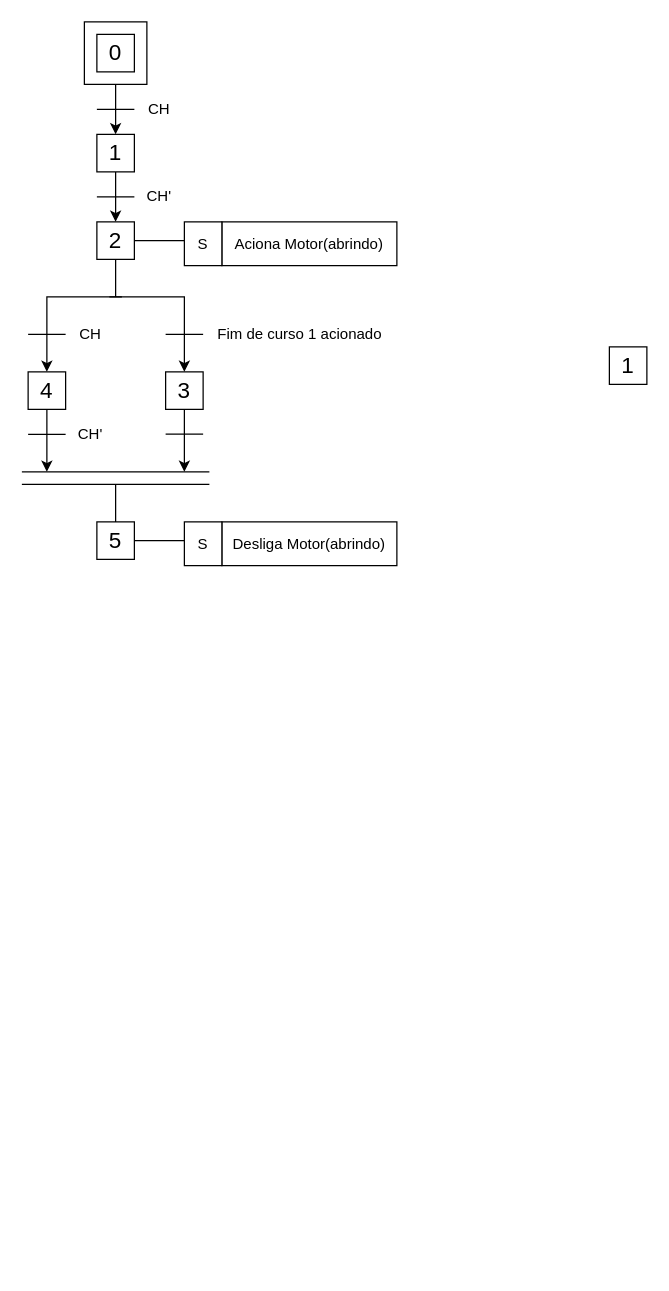
This is Experiência 1 - Portão Automático/Experimento1_CLP.drawio from pedroManuelP/Automa-o-Industrial, a draw.io file, before an edit. Source tidied: cells renumbered, new cells numbered last; positions are measured from the earlier drawing's top-left corner, leaving out a move shared by most shapes. Both pictures are drawn from the tidied source at 125%, with x=0, y=0 at pixel (21, 21).
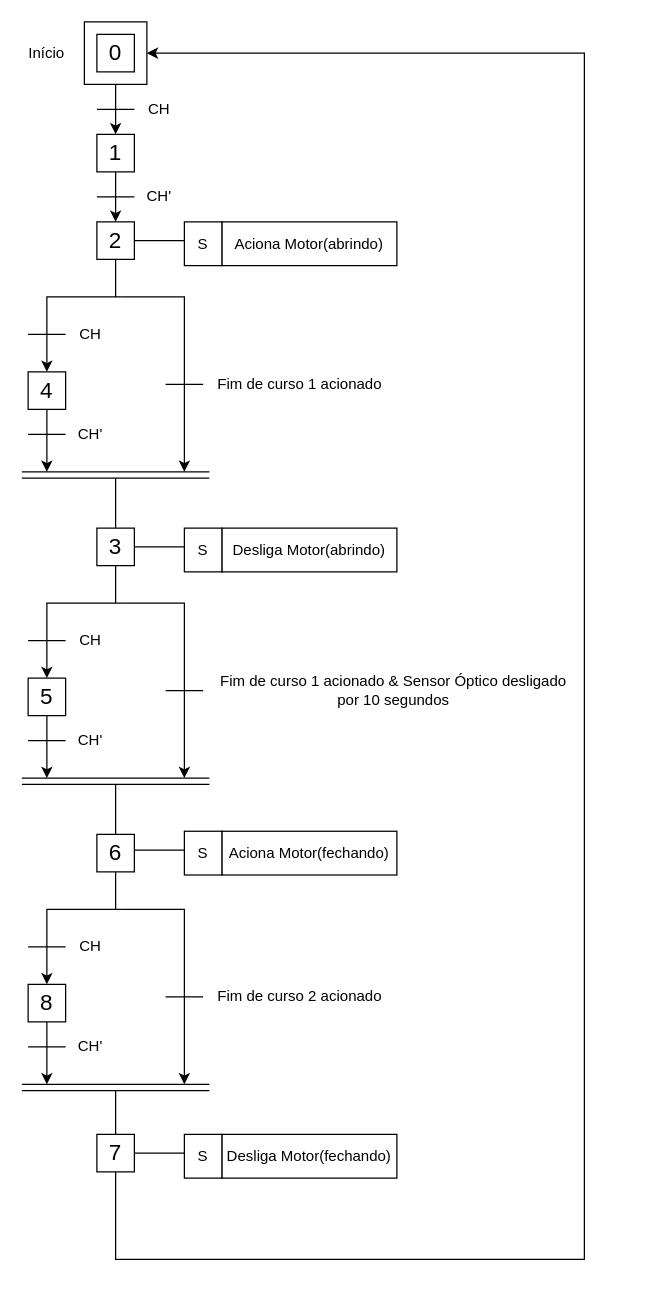
The same diagram, later.

The change refers to these unchanged cells:
```xml
<mxCell id="2" style="whiteSpace=wrap;html=1;" parent="1" vertex="1">
  <mxGeometry x="50" width="50" height="50" as="geometry" />
</mxCell>
```

The edit, as a diff of the source:
```diff
@@
-    <mxCell id="5" value="&lt;font style=&quot;font-size: 18px;&quot;&gt;1&lt;/font&gt;" style="whiteSpace=wrap;html=1;" parent="1" vertex="1">
-      <mxGeometry x="470" y="260" width="30" height="30" as="geometry" />
+    <mxCell id="5" value="&lt;font style=&quot;font-size: 18px;&quot;&gt;7&lt;/font&gt;" style="whiteSpace=wrap;html=1;" parent="1" vertex="1">
+      <mxGeometry x="60" y="890" width="30" height="30" as="geometry" />
     </mxCell>
@@
     <mxCell id="17" value="&lt;font style=&quot;font-size: 18px;&quot;&gt;3&lt;/font&gt;" style="whiteSpace=wrap;html=1;" parent="1" vertex="1">
-      <mxGeometry x="115" y="280" width="30" height="30" as="geometry" />
+      <mxGeometry x="60" y="405" width="30" height="30" as="geometry" />
     </mxCell>
@@
-    <mxCell id="19" style="endArrow=classic;html=1;rounded=0;entryX=0.5;entryY=0;entryDx=0;entryDy=0;" parent="1" edge="1" target="17">
-      <mxGeometry relative="1" as="geometry">
-        <mxPoint x="70" y="220" as="sourcePoint" />
-        <Array as="points">
-          <mxPoint x="130" y="220" />
-        </Array>
-      </mxGeometry>
-    </mxCell>
@@
     <mxCell id="21" style="endArrow=none;html=1;rounded=0;" parent="1" edge="1">
       <mxGeometry relative="1" as="geometry">
-        <mxPoint x="115" y="250" as="sourcePoint" />
-        <mxPoint x="145" y="250" as="targetPoint" />
+        <mxPoint x="115" y="290" as="sourcePoint" />
+        <mxPoint x="145" y="290" as="targetPoint" />
       </mxGeometry>
     </mxCell>
     <mxCell id="22" value="Fim de curso 1 acionado" style="text;html=1;align=center;verticalAlign=middle;whiteSpace=wrap;rounded=0;" parent="1" vertex="1">
-      <mxGeometry x="155" y="240" width="135" height="20" as="geometry" />
+      <mxGeometry x="155" y="280" width="135" height="20" as="geometry" />
     </mxCell>
@@
-    <mxCell id="25" value="&lt;font style=&quot;font-size: 18px;&quot;&gt;5&lt;/font&gt;" style="whiteSpace=wrap;html=1;" parent="1" vertex="1">
-      <mxGeometry x="60" y="400" width="30" height="30" as="geometry" />
-    </mxCell>
@@
-    <mxCell id="29" style="endArrow=classic;html=1;rounded=0;exitX=0.5;exitY=1;exitDx=0;exitDy=0;" parent="1" edge="1" source="17">
-      <mxGeometry relative="1" as="geometry">
-        <mxPoint x="130" y="360" as="targetPoint" />
-      </mxGeometry>
-    </mxCell>
-    <mxCell id="30" style="endArrow=none;html=1;rounded=0;exitX=0.5;exitY=0;exitDx=0;exitDy=0;" parent="1" edge="1" source="25">
-      <mxGeometry relative="1" as="geometry">
-        <mxPoint x="75" y="370" as="targetPoint" />
-      </mxGeometry>
-    </mxCell>
@@
-    <mxCell id="32" style="endArrow=none;html=1;rounded=0;" parent="1" edge="1">
-      <mxGeometry relative="1" as="geometry">
-        <mxPoint y="370" as="sourcePoint" />
-        <mxPoint x="150" y="370" as="targetPoint" />
-      </mxGeometry>
-    </mxCell>
-    <mxCell id="33" style="endArrow=none;html=1;rounded=0;" parent="1" edge="1">
-      <mxGeometry relative="1" as="geometry">
-        <mxPoint x="115" y="329.7" as="sourcePoint" />
-        <mxPoint x="145" y="329.7" as="targetPoint" />
-      </mxGeometry>
-    </mxCell>
     <mxCell id="34" style="endArrow=none;html=1;rounded=0;exitX=1;exitY=0.5;exitDx=0;exitDy=0;" parent="1" edge="1">
       <mxGeometry relative="1" as="geometry">
-        <mxPoint x="90" y="415" as="sourcePoint" />
-        <mxPoint x="130" y="415" as="targetPoint" />
+        <mxPoint x="90" y="420" as="sourcePoint" />
+        <mxPoint x="130" y="420" as="targetPoint" />
       </mxGeometry>
     </mxCell>
     <mxCell id="35" value="Desliga Motor(abrindo)" style="rounded=0;whiteSpace=wrap;html=1;" parent="1" vertex="1">
-      <mxGeometry x="160" y="400" width="140" height="35" as="geometry" />
+      <mxGeometry x="160" y="405" width="140" height="35" as="geometry" />
     </mxCell>
     <mxCell id="36" value="S" style="rounded=0;whiteSpace=wrap;html=1;" parent="1" vertex="1">
-      <mxGeometry x="130" y="400" width="30" height="35" as="geometry" />
+      <mxGeometry x="130" y="405" width="30" height="35" as="geometry" />
     </mxCell>
+    <mxCell id="37" style="endArrow=none;html=1;rounded=0;" parent="1" edge="1">
+      <mxGeometry relative="1" as="geometry">
+        <mxPoint y="365" as="sourcePoint" />
+        <mxPoint x="150" y="365" as="targetPoint" />
+      </mxGeometry>
+    </mxCell>
+    <mxCell id="38" style="endArrow=classic;html=1;rounded=0;" parent="1" edge="1">
+      <mxGeometry relative="1" as="geometry">
+        <mxPoint x="80" y="220" as="sourcePoint" />
+        <mxPoint x="130" y="360" as="targetPoint" />
+        <Array as="points">
+          <mxPoint x="130" y="220" />
+        </Array>
+      </mxGeometry>
+    </mxCell>
+    <mxCell id="39" style="endArrow=none;html=1;rounded=0;entryX=0.5;entryY=0;entryDx=0;entryDy=0;" parent="1" edge="1" target="17">
+      <mxGeometry relative="1" as="geometry">
+        <mxPoint x="75" y="365" as="sourcePoint" />
+      </mxGeometry>
+    </mxCell>
+    <mxCell id="25" value="&lt;font style=&quot;font-size: 18px;&quot;&gt;5&lt;/font&gt;" style="whiteSpace=wrap;html=1;" parent="1" vertex="1">
+      <mxGeometry x="5" y="525" width="30" height="30" as="geometry" />
+    </mxCell>
+    <mxCell id="40" style="endArrow=none;html=1;rounded=0;exitX=0.5;exitY=1;exitDx=0;exitDy=0;" parent="1" edge="1">
+      <mxGeometry relative="1" as="geometry">
+        <mxPoint x="75" y="435" as="sourcePoint" />
+        <mxPoint x="75" y="465" as="targetPoint" />
+      </mxGeometry>
+    </mxCell>
+    <mxCell id="41" style="endArrow=classic;html=1;rounded=0;entryX=0.5;entryY=0;entryDx=0;entryDy=0;" parent="1" edge="1" target="25">
+      <mxGeometry relative="1" as="geometry">
+        <mxPoint x="80" y="465" as="sourcePoint" />
+        <Array as="points">
+          <mxPoint x="20" y="465" />
+        </Array>
+      </mxGeometry>
+    </mxCell>
+    <mxCell id="42" style="endArrow=none;html=1;rounded=0;" parent="1" edge="1">
+      <mxGeometry relative="1" as="geometry">
+        <mxPoint x="115" y="535" as="sourcePoint" />
+        <mxPoint x="145" y="535" as="targetPoint" />
+      </mxGeometry>
+    </mxCell>
+    <mxCell id="43" value="Fim de curso 1 acionado &amp;amp; Sensor Óptico desligado por 10 segundos" style="text;html=1;align=center;verticalAlign=middle;whiteSpace=wrap;rounded=0;" parent="1" vertex="1">
+      <mxGeometry x="155" y="525" width="285" height="20" as="geometry" />
+    </mxCell>
+    <mxCell id="44" style="endArrow=none;html=1;rounded=0;" parent="1" edge="1">
+      <mxGeometry relative="1" as="geometry">
+        <mxPoint x="5" y="495" as="sourcePoint" />
+        <mxPoint x="35" y="495" as="targetPoint" />
+      </mxGeometry>
+    </mxCell>
+    <mxCell id="45" value="CH" style="text;html=1;align=center;verticalAlign=middle;whiteSpace=wrap;rounded=0;" parent="1" vertex="1">
+      <mxGeometry x="45" y="485" width="20" height="20" as="geometry" />
+    </mxCell>
+    <mxCell id="46" style="endArrow=classic;html=1;rounded=0;exitX=0.5;exitY=1;exitDx=0;exitDy=0;" parent="1" edge="1" source="25">
+      <mxGeometry relative="1" as="geometry">
+        <mxPoint x="20" y="605" as="targetPoint" />
+      </mxGeometry>
+    </mxCell>
+    <mxCell id="47" style="endArrow=none;html=1;rounded=0;" parent="1" edge="1">
+      <mxGeometry relative="1" as="geometry">
+        <mxPoint x="5" y="575" as="sourcePoint" />
+        <mxPoint x="35" y="575" as="targetPoint" />
+      </mxGeometry>
+    </mxCell>
+    <mxCell id="48" value="CH'" style="text;html=1;align=center;verticalAlign=middle;whiteSpace=wrap;rounded=0;" parent="1" vertex="1">
+      <mxGeometry x="45" y="565" width="20" height="20" as="geometry" />
+    </mxCell>
+    <mxCell id="49" style="endArrow=none;html=1;rounded=0;" parent="1" edge="1">
+      <mxGeometry relative="1" as="geometry">
+        <mxPoint y="605" as="sourcePoint" />
+        <mxPoint x="150" y="605" as="targetPoint" />
+      </mxGeometry>
+    </mxCell>
+    <mxCell id="50" style="endArrow=none;html=1;rounded=0;" parent="1" edge="1">
+      <mxGeometry relative="1" as="geometry">
+        <mxPoint y="610" as="sourcePoint" />
+        <mxPoint x="150" y="610" as="targetPoint" />
+      </mxGeometry>
+    </mxCell>
+    <mxCell id="51" style="endArrow=classic;html=1;rounded=0;" parent="1" edge="1">
+      <mxGeometry relative="1" as="geometry">
+        <mxPoint x="80" y="465" as="sourcePoint" />
+        <mxPoint x="130" y="605" as="targetPoint" />
+        <Array as="points">
+          <mxPoint x="130" y="465" />
+        </Array>
+      </mxGeometry>
+    </mxCell>
+    <mxCell id="52" style="endArrow=none;html=1;rounded=0;entryX=0.5;entryY=0;entryDx=0;entryDy=0;" parent="1" edge="1">
+      <mxGeometry relative="1" as="geometry">
+        <mxPoint x="75" y="610" as="sourcePoint" />
+        <mxPoint x="75" y="650" as="targetPoint" />
+      </mxGeometry>
+    </mxCell>
+    <mxCell id="53" value="&lt;font style=&quot;font-size: 18px;&quot;&gt;6&lt;/font&gt;" style="whiteSpace=wrap;html=1;" parent="1" vertex="1">
+      <mxGeometry x="60" y="650" width="30" height="30" as="geometry" />
+    </mxCell>
+    <mxCell id="54" style="endArrow=none;html=1;rounded=0;exitX=1;exitY=0.5;exitDx=0;exitDy=0;" parent="1" edge="1">
+      <mxGeometry relative="1" as="geometry">
+        <mxPoint x="90" y="662.5" as="sourcePoint" />
+        <mxPoint x="130" y="662.5" as="targetPoint" />
+      </mxGeometry>
+    </mxCell>
+    <mxCell id="55" value="Aciona Motor(fechando)" style="rounded=0;whiteSpace=wrap;html=1;" parent="1" vertex="1">
+      <mxGeometry x="160" y="647.5" width="140" height="35" as="geometry" />
+    </mxCell>
+    <mxCell id="56" value="S" style="rounded=0;whiteSpace=wrap;html=1;" parent="1" vertex="1">
+      <mxGeometry x="130" y="647.5" width="30" height="35" as="geometry" />
+    </mxCell>
+    <mxCell id="57" value="&lt;font style=&quot;font-size: 18px;&quot;&gt;8&lt;/font&gt;" style="whiteSpace=wrap;html=1;" parent="1" vertex="1">
+      <mxGeometry x="5" y="770" width="30" height="30" as="geometry" />
+    </mxCell>
+    <mxCell id="58" style="endArrow=none;html=1;rounded=0;exitX=0.5;exitY=1;exitDx=0;exitDy=0;" parent="1" edge="1">
+      <mxGeometry relative="1" as="geometry">
+        <mxPoint x="75" y="680" as="sourcePoint" />
+        <mxPoint x="75" y="710" as="targetPoint" />
+      </mxGeometry>
+    </mxCell>
+    <mxCell id="59" style="endArrow=classic;html=1;rounded=0;entryX=0.5;entryY=0;entryDx=0;entryDy=0;" parent="1" edge="1" target="57">
+      <mxGeometry relative="1" as="geometry">
+        <mxPoint x="80" y="710" as="sourcePoint" />
+        <Array as="points">
+          <mxPoint x="20" y="710" />
+        </Array>
+      </mxGeometry>
+    </mxCell>
+    <mxCell id="60" style="endArrow=none;html=1;rounded=0;" parent="1" edge="1">
+      <mxGeometry relative="1" as="geometry">
+        <mxPoint x="115" y="780" as="sourcePoint" />
+        <mxPoint x="145" y="780" as="targetPoint" />
+      </mxGeometry>
+    </mxCell>
+    <mxCell id="61" value="Fim de curso 2 acionado" style="text;html=1;align=center;verticalAlign=middle;whiteSpace=wrap;rounded=0;" parent="1" vertex="1">
+      <mxGeometry x="155" y="770" width="135" height="20" as="geometry" />
+    </mxCell>
+    <mxCell id="62" style="endArrow=none;html=1;rounded=0;" parent="1" edge="1">
+      <mxGeometry relative="1" as="geometry">
+        <mxPoint x="5" y="740" as="sourcePoint" />
+        <mxPoint x="35" y="740" as="targetPoint" />
+      </mxGeometry>
+    </mxCell>
+    <mxCell id="63" value="CH" style="text;html=1;align=center;verticalAlign=middle;whiteSpace=wrap;rounded=0;" parent="1" vertex="1">
+      <mxGeometry x="45" y="730" width="20" height="20" as="geometry" />
+    </mxCell>
+    <mxCell id="64" style="endArrow=classic;html=1;rounded=0;exitX=0.5;exitY=1;exitDx=0;exitDy=0;" parent="1" edge="1" source="57">
+      <mxGeometry relative="1" as="geometry">
+        <mxPoint x="20" y="850" as="targetPoint" />
+      </mxGeometry>
+    </mxCell>
+    <mxCell id="65" style="endArrow=none;html=1;rounded=0;" parent="1" edge="1">
+      <mxGeometry relative="1" as="geometry">
+        <mxPoint x="5" y="820" as="sourcePoint" />
+        <mxPoint x="35" y="820" as="targetPoint" />
+      </mxGeometry>
+    </mxCell>
+    <mxCell id="66" value="CH'" style="text;html=1;align=center;verticalAlign=middle;whiteSpace=wrap;rounded=0;" parent="1" vertex="1">
+      <mxGeometry x="45" y="810" width="20" height="20" as="geometry" />
+    </mxCell>
+    <mxCell id="67" style="endArrow=none;html=1;rounded=0;" parent="1" edge="1">
+      <mxGeometry relative="1" as="geometry">
+        <mxPoint y="850" as="sourcePoint" />
+        <mxPoint x="150" y="850" as="targetPoint" />
+      </mxGeometry>
+    </mxCell>
+    <mxCell id="68" style="endArrow=none;html=1;rounded=0;" parent="1" edge="1">
+      <mxGeometry relative="1" as="geometry">
+        <mxPoint y="855" as="sourcePoint" />
+        <mxPoint x="150" y="855" as="targetPoint" />
+      </mxGeometry>
+    </mxCell>
+    <mxCell id="69" style="endArrow=classic;html=1;rounded=0;" parent="1" edge="1">
+      <mxGeometry relative="1" as="geometry">
+        <mxPoint x="80" y="710" as="sourcePoint" />
+        <mxPoint x="130" y="850" as="targetPoint" />
+        <Array as="points">
+          <mxPoint x="130" y="710" />
+        </Array>
+      </mxGeometry>
+    </mxCell>
+    <mxCell id="70" style="endArrow=none;html=1;rounded=0;entryX=0.5;entryY=0;entryDx=0;entryDy=0;" parent="1" edge="1" target="5">
+      <mxGeometry relative="1" as="geometry">
+        <mxPoint x="75" y="855" as="sourcePoint" />
+      </mxGeometry>
+    </mxCell>
+    <mxCell id="71" style="endArrow=none;html=1;rounded=0;exitX=1;exitY=0.5;exitDx=0;exitDy=0;" parent="1" edge="1">
+      <mxGeometry relative="1" as="geometry">
+        <mxPoint x="90" y="905" as="sourcePoint" />
+        <mxPoint x="130" y="905" as="targetPoint" />
+      </mxGeometry>
+    </mxCell>
+    <mxCell id="72" value="Desliga Motor(fechando)" style="rounded=0;whiteSpace=wrap;html=1;" parent="1" vertex="1">
+      <mxGeometry x="160" y="890" width="140" height="35" as="geometry" />
+    </mxCell>
+    <mxCell id="73" value="S" style="rounded=0;whiteSpace=wrap;html=1;" parent="1" vertex="1">
+      <mxGeometry x="130" y="890" width="30" height="35" as="geometry" />
+    </mxCell>
+    <mxCell id="74" style="endArrow=classic;html=1;rounded=0;exitX=0.5;exitY=1;exitDx=0;exitDy=0;entryX=1;entryY=0.5;entryDx=0;entryDy=0;" parent="1" edge="1" source="5" target="2">
+      <mxGeometry relative="1" as="geometry">
+        <Array as="points">
+          <mxPoint x="75" y="990" />
+          <mxPoint x="450" y="990" />
+          <mxPoint x="450" y="25" />
+        </Array>
+      </mxGeometry>
+    </mxCell>
+    <mxCell id="75" value="Início" style="text;html=1;align=center;verticalAlign=middle;whiteSpace=wrap;rounded=0;" parent="1" vertex="1">
+      <mxGeometry y="15" width="40" height="20" as="geometry" />
+    </mxCell>
```
